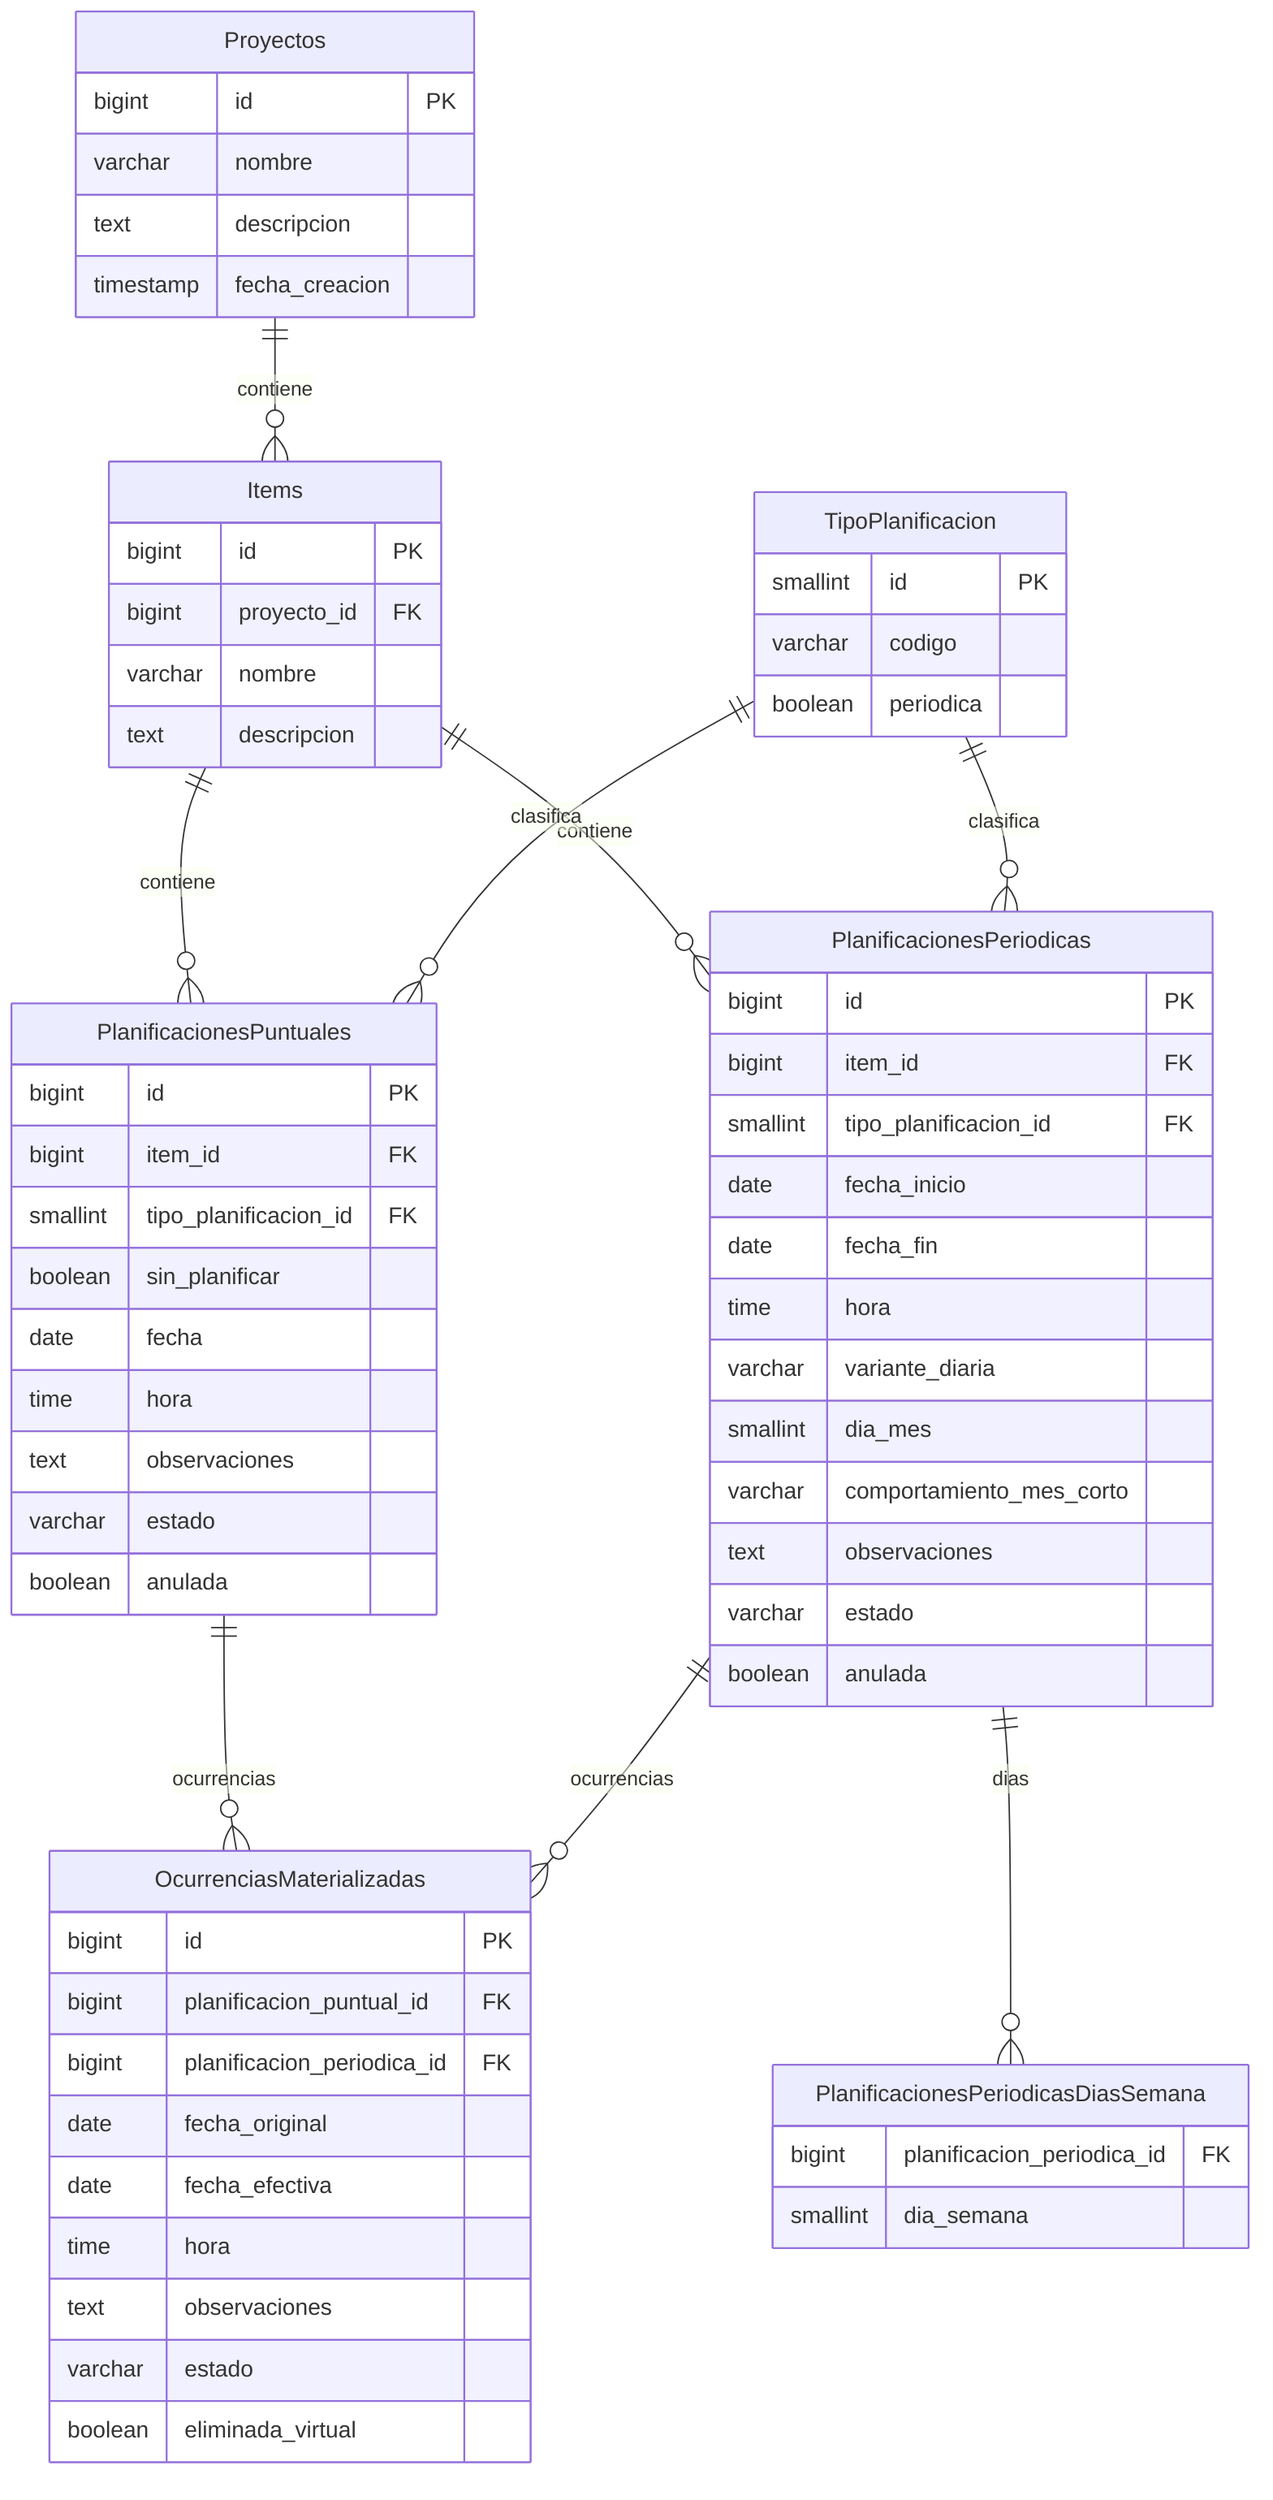
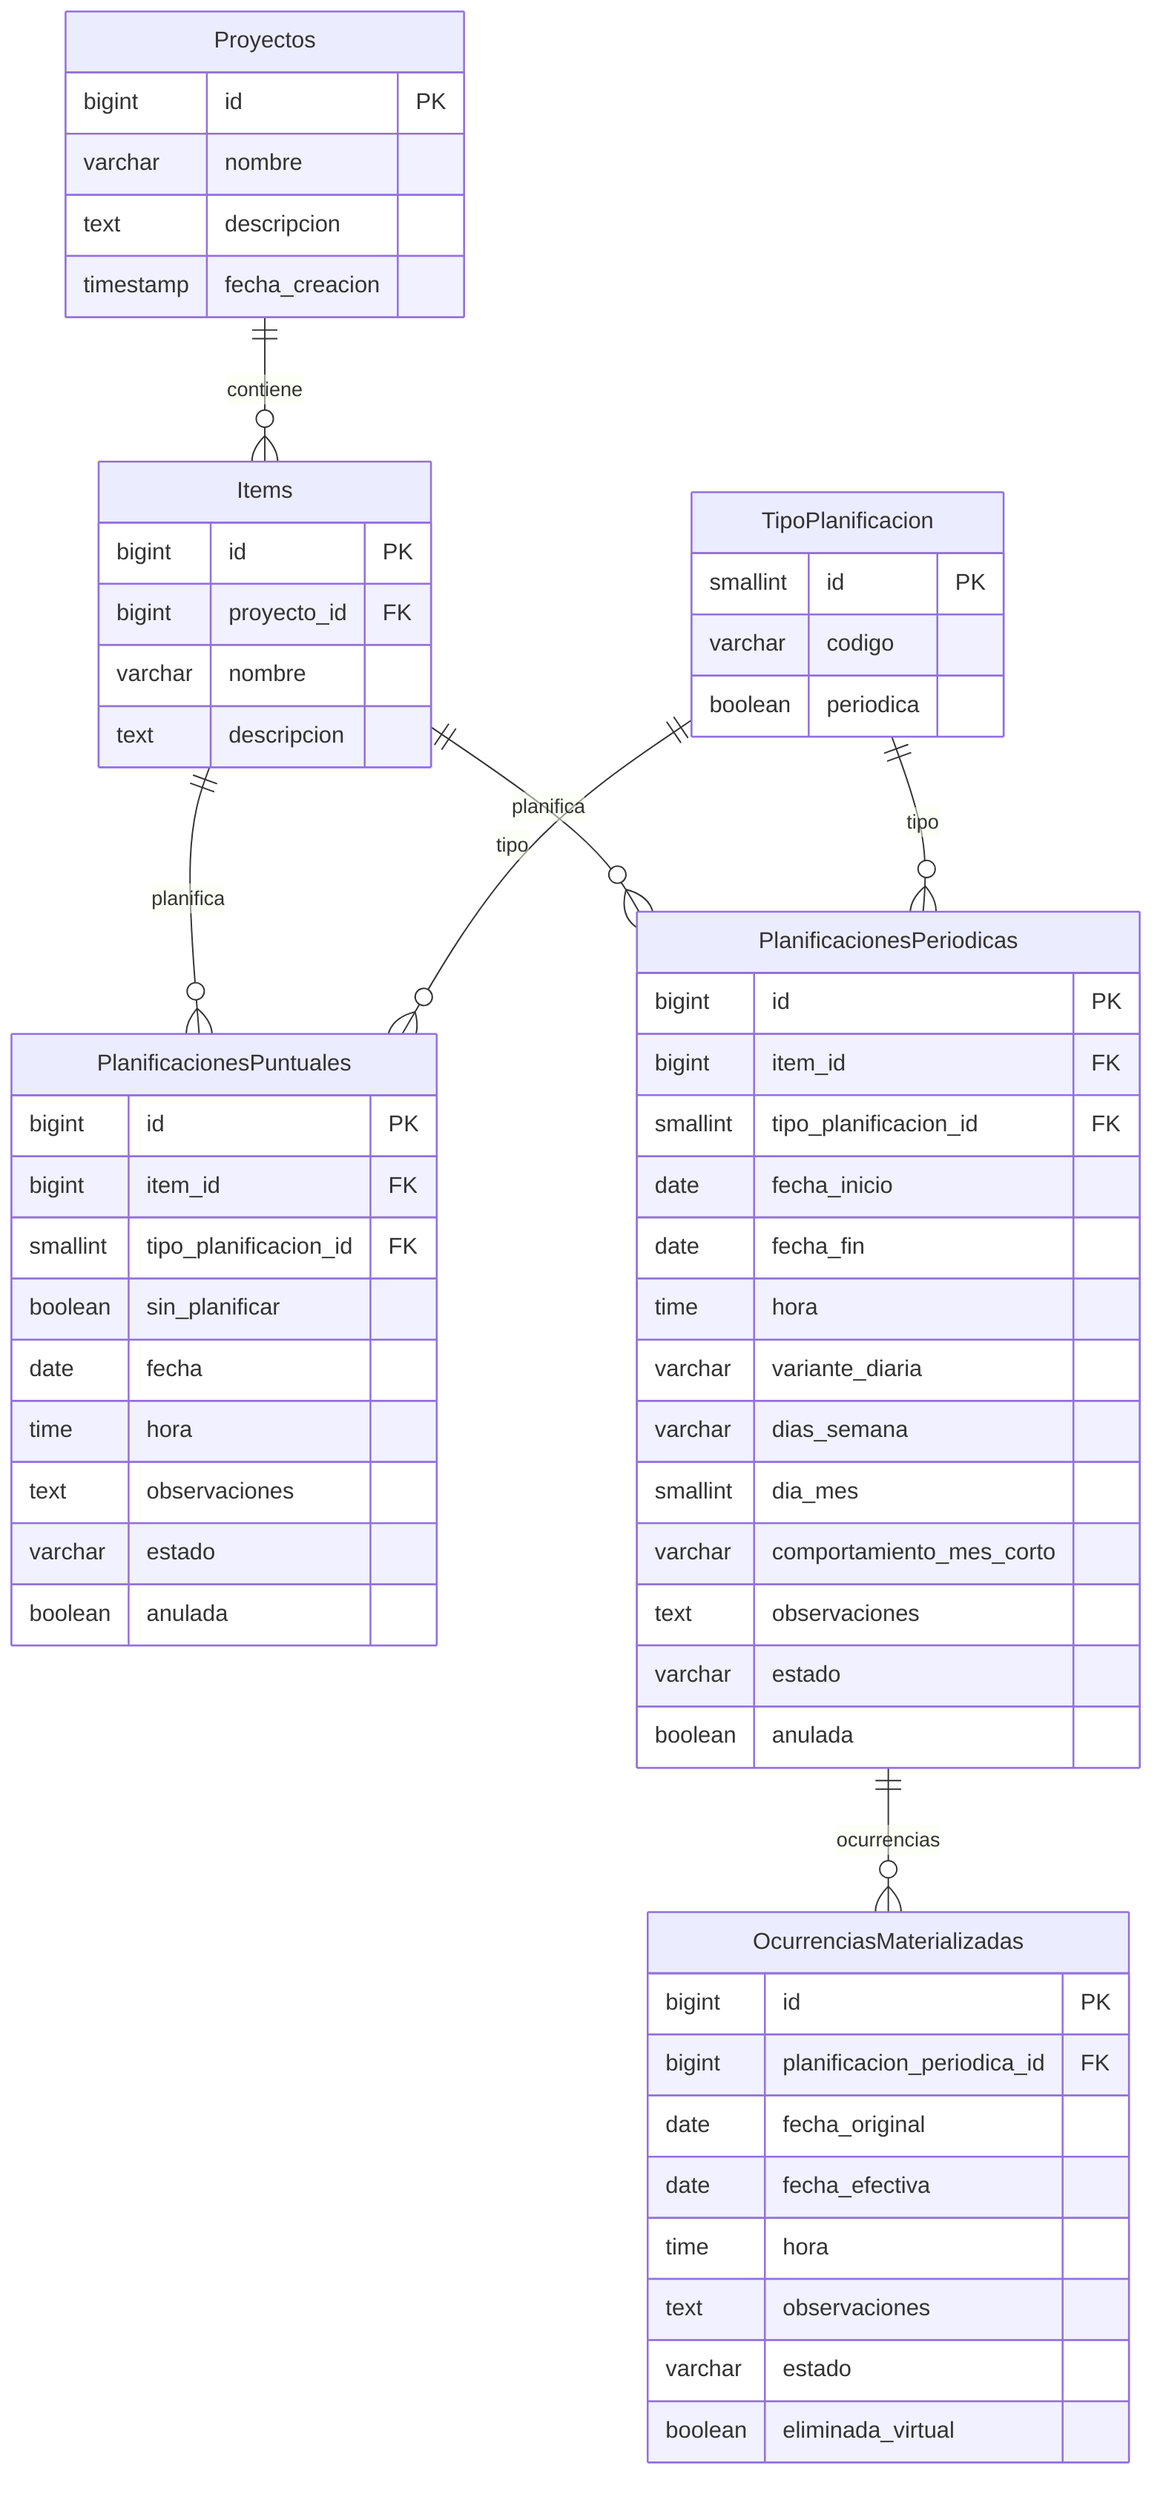
erDiagram
    Proyectos ||--o{ Items : contiene
-     Items ||--o{ PlanificacionesPuntuales : contiene
-     Items ||--o{ PlanificacionesPeriodicas : contiene
+     Items ||--o{ PlanificacionesPuntuales : planifica
+     Items ||--o{ PlanificacionesPeriodicas : planifica

-     TipoPlanificacion ||--o{ PlanificacionesPuntuales : clasifica
-     TipoPlanificacion ||--o{ PlanificacionesPeriodicas : clasifica
+     TipoPlanificacion ||--o{ PlanificacionesPuntuales : tipo
+     TipoPlanificacion ||--o{ PlanificacionesPeriodicas : tipo

-     PlanificacionesPeriodicas ||--o{ PlanificacionesPeriodicasDiasSemana : dias
-     PlanificacionesPuntuales ||--o{ OcurrenciasMaterializadas : ocurrencias
    PlanificacionesPeriodicas ||--o{ OcurrenciasMaterializadas : ocurrencias

    Proyectos {
        bigint id PK
        varchar nombre
        text descripcion
        timestamp fecha_creacion
    }

    Items {
        bigint id PK
        bigint proyecto_id FK
        varchar nombre
        text descripcion
    }

    TipoPlanificacion {
        smallint id PK
        varchar codigo
        boolean periodica
    }

    PlanificacionesPuntuales {
        bigint id PK
        bigint item_id FK
        smallint tipo_planificacion_id FK
        boolean sin_planificar
        date fecha
        time hora
        text observaciones
        varchar estado
        boolean anulada
    }

    PlanificacionesPeriodicas {
        bigint id PK
        bigint item_id FK
        smallint tipo_planificacion_id FK
        date fecha_inicio
        date fecha_fin
        time hora
        varchar variante_diaria
+         varchar dias_semana
        smallint dia_mes
        varchar comportamiento_mes_corto
        text observaciones
        varchar estado
        boolean anulada
    }

-     PlanificacionesPeriodicasDiasSemana {
-         bigint planificacion_periodica_id FK
-         smallint dia_semana
-     }
- 
    OcurrenciasMaterializadas {
        bigint id PK
-         bigint planificacion_puntual_id FK
        bigint planificacion_periodica_id FK
        date fecha_original
        date fecha_efectiva
        time hora
        text observaciones
        varchar estado
        boolean eliminada_virtual
    }
